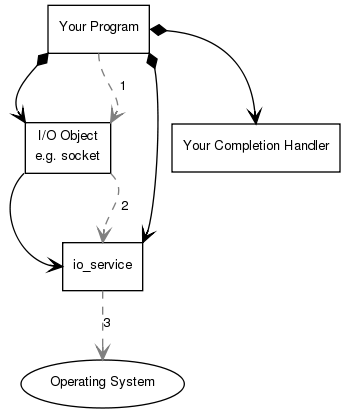
Before: asio/src/doc/overview/async_op1.png, a diagram exported from Graphviz (chriskohlhoff/asio). Its source is kept beside it as asio/src/doc/overview/async_op1.dot.
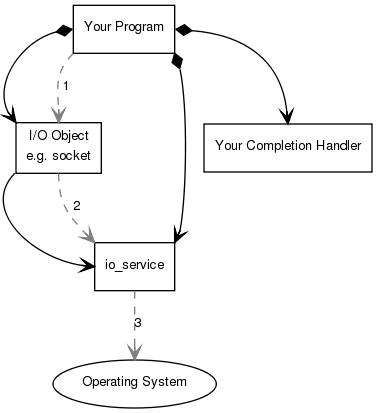
Later version of the same file.

The edit, as a diff of the source:
```diff
@@ -25,69 +25,45 @@
       arrowhead="open"
     ]
 
-  operating_system
-    [
-      label="Operating System",
-      shape=ellipse
-    ];
+  {
+    operating_system [ label="Operating System", shape=ellipse ];
+    io_service [ label="io_service" ];
+    io_object [ label="I/O Object\ne.g. socket" ];
+    your_program [ label="Your Program" ];
+    your_completion_handler [ label="Your Completion Handler" ];
+  }
 
-  io_service
-    [
-      label="io_service"
-    ];
+  {
+    edge [ arrowtail="diamond" ];
+    your_program:e -> your_completion_handler:n;
+    your_program:w -> io_object:nw;
+    your_program:se -> io_service:ne;
+  }
 
-  io_object
-    [
-      label="I/O Object\ne.g. socket"
-    ];
+  {
+    io_object:sw -> io_service:w;
+  }
 
-  your_program
-    [
-      label="Your Program"
-    ];
+  {
+    edge [ style="dashed", color="#808080" ];
 
-  your_completion_handler
-    [
-      label="Your Completion Handler"
-    ];
+    {
+      your_program:sw -> io_object:n [ label="1" ];
+      io_object:s -> io_service:nw [ label="2" ];
+      io_service:s -> operating_system:n [ label="3" ];
+    }
+  }
 
-  your_program:e -> your_completion_handler:n
-    [
-      arrowtail="diamond"
-    ];
+  {
+    edge [ style="invis" ];
 
-  your_program:sw -> io_object:nw
-    [
-      arrowtail="diamond"
-    ];
+    {
+      your_program:s -> io_service:n [ label="5" ];
+    }
 
-  your_program:se -> io_service:ne
-    [
-      arrowtail="diamond"
-    ];
-
-  io_object:sw -> io_service:w
-    [
-    ];
-
-  your_program:s -> io_object:ne
-    [
-      style="dashed",
-      label="1"
-      color="#808080"
-    ];
-
-  io_object:se -> io_service:n
-    [
-      style="dashed",
-      label="2"
-      color="#808080"
-    ];
-
-  io_service:s -> operating_system:n
-    [
-      style="dashed",
-      label="3"
-      color="#808080"
-    ];
+    {
+      edge [ arrowhead="none", arrowtail="open" ];
+      your_completion_handler:s -> io_service:e [ label="6" ];
+    }
+  }
 }
```
